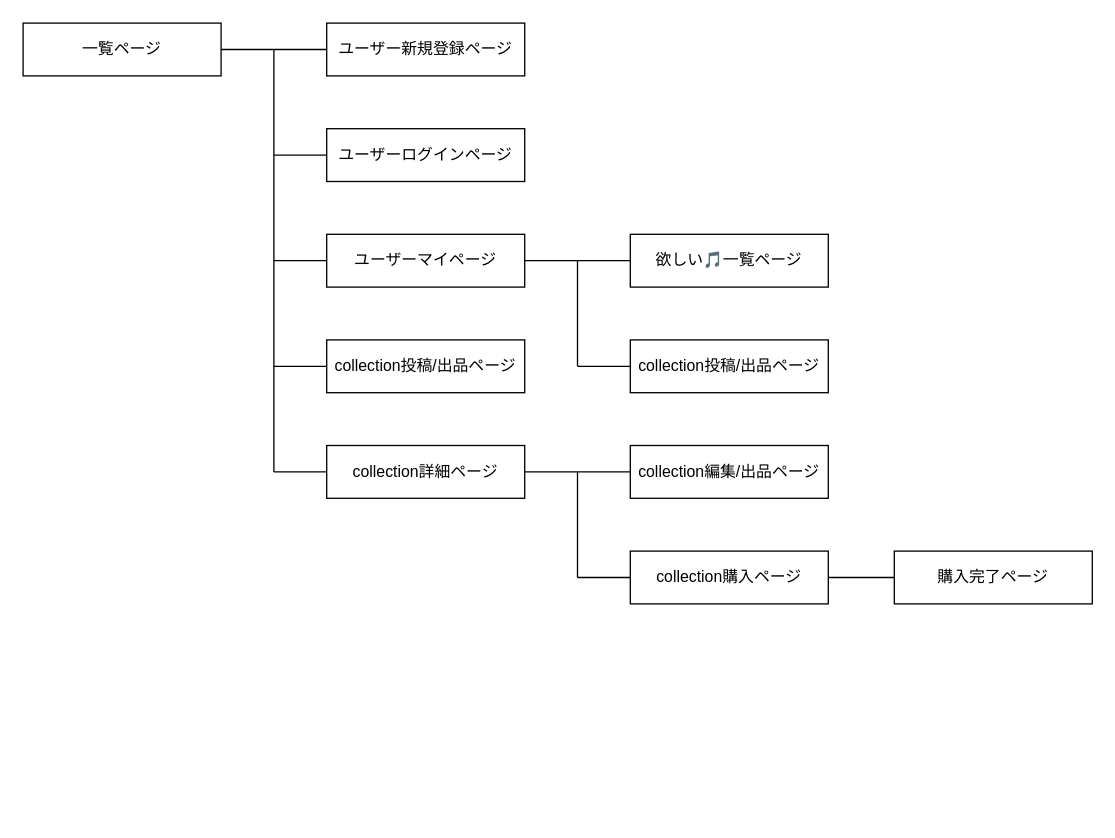
The draw.io diagram screen_transition_diagram.dio in mimimiguchi/collection_of_record_junkies, before the edit. Source tidied: cells renumbered, new cells numbered last; positions are measured from the earlier drawing's top-left corner, leaving out a move shared by most shapes. Both pictures are drawn from the tidied source at 132%, with x=0, y=0 at pixel (22, 22).
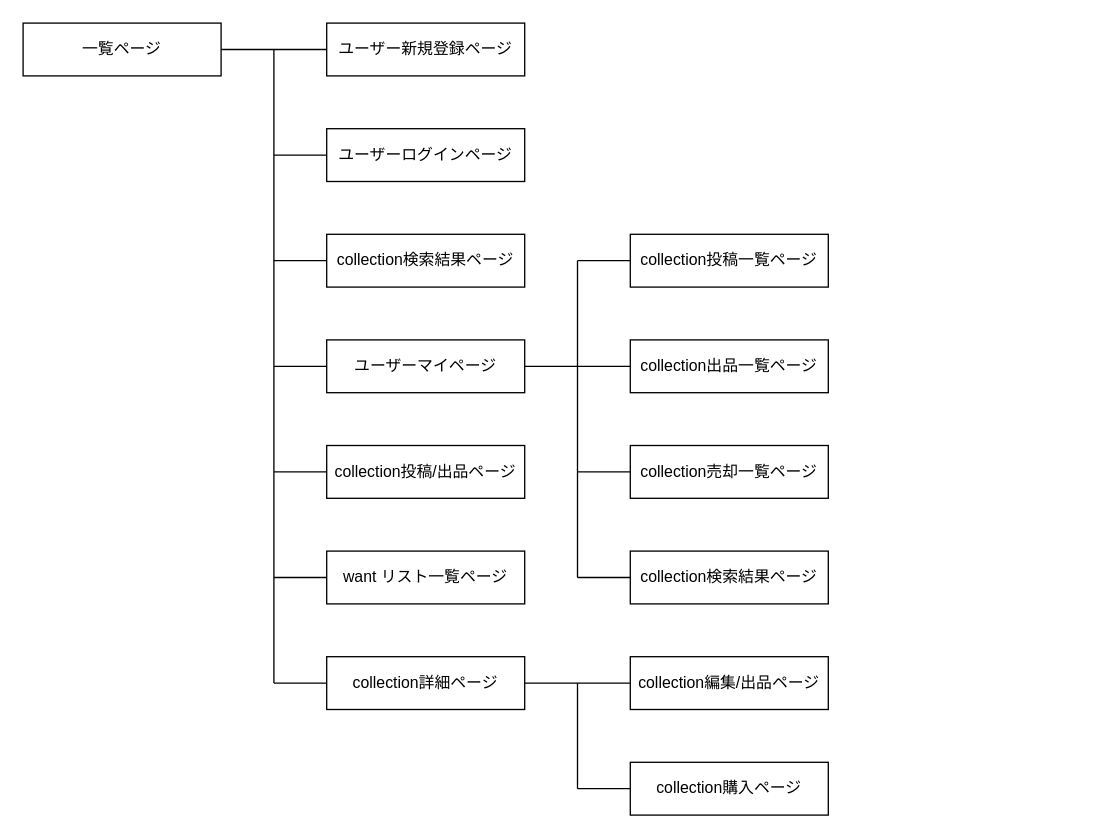
The same page after the edit.

Commit message:
画面遷移図の修正

Diff of the diagram source:
```diff
@@
     <mxCell id="7" style="edgeStyle=none;html=1;exitX=0;exitY=0.5;exitDx=0;exitDy=0;endArrow=none;endFill=0;" parent="1" edge="1" source="9">
       <mxGeometry relative="1" as="geometry">
-        <mxPoint x="190" y="180" as="targetPoint" />
+        <mxPoint x="190" y="260" as="targetPoint" />
       </mxGeometry>
     </mxCell>
@@
     <mxCell id="9" value="ユーザーマイページ" style="whiteSpace=wrap;html=1;align=center;" parent="1" vertex="1">
-      <mxGeometry x="230" y="160" width="150" height="40" as="geometry" />
+      <mxGeometry x="230" y="240" width="150" height="40" as="geometry" />
     </mxCell>
     <mxCell id="10" style="edgeStyle=none;html=1;exitX=0;exitY=0.5;exitDx=0;exitDy=0;endArrow=none;endFill=0;" parent="1" edge="1" source="11">
       <mxGeometry relative="1" as="geometry">
-        <mxPoint x="190" y="260" as="targetPoint" />
+        <mxPoint x="190" y="340" as="targetPoint" />
       </mxGeometry>
     </mxCell>
     <mxCell id="11" value="collection投稿/出品ページ" style="whiteSpace=wrap;html=1;align=center;" parent="1" vertex="1">
-      <mxGeometry x="230" y="240" width="150" height="40" as="geometry" />
+      <mxGeometry x="230" y="320" width="150" height="40" as="geometry" />
     </mxCell>
     <mxCell id="12" style="edgeStyle=none;html=1;exitX=0;exitY=0.5;exitDx=0;exitDy=0;endArrow=none;endFill=0;" parent="1" edge="1" source="14">
       <mxGeometry relative="1" as="geometry">
-        <mxPoint x="190" y="340" as="targetPoint" />
+        <mxPoint x="190" y="500" as="targetPoint" />
       </mxGeometry>
     </mxCell>
@@
     <mxCell id="14" value="collection詳細ページ" style="whiteSpace=wrap;html=1;align=center;" parent="1" vertex="1">
-      <mxGeometry x="230" y="320" width="150" height="40" as="geometry" />
+      <mxGeometry x="230" y="480" width="150" height="40" as="geometry" />
     </mxCell>
     <mxCell id="15" style="endArrow=none;html=1;rounded=0;" parent="1" edge="1">
       <mxGeometry relative="1" as="geometry">
         <mxPoint x="190" y="20" as="sourcePoint" />
-        <mxPoint x="190" y="340" as="targetPoint" />
+        <mxPoint x="190" y="500" as="targetPoint" />
       </mxGeometry>
     </mxCell>
-    <mxCell id="16" value="欲しい🎵一覧ページ" style="whiteSpace=wrap;html=1;align=center;" parent="1" vertex="1">
-      <mxGeometry x="460" y="160" width="150" height="40" as="geometry" />
+    <mxCell id="16" value="collection出品一覧ページ" style="whiteSpace=wrap;html=1;align=center;" parent="1" vertex="1">
+      <mxGeometry x="460" y="240" width="150" height="40" as="geometry" />
     </mxCell>
     <mxCell id="17" style="edgeStyle=none;html=1;exitX=0;exitY=0.5;exitDx=0;exitDy=0;endArrow=none;endFill=0;" parent="1" edge="1" source="18">
       <mxGeometry relative="1" as="geometry">
-        <mxPoint x="420" y="260" as="targetPoint" />
+        <mxPoint x="420" y="340" as="targetPoint" />
       </mxGeometry>
     </mxCell>
-    <mxCell id="18" value="collection投稿/出品ページ" style="whiteSpace=wrap;html=1;align=center;" parent="1" vertex="1">
-      <mxGeometry x="460" y="240" width="150" height="40" as="geometry" />
+    <mxCell id="18" value="collection売却一覧ページ" style="whiteSpace=wrap;html=1;align=center;" parent="1" vertex="1">
+      <mxGeometry x="460" y="320" width="150" height="40" as="geometry" />
     </mxCell>
     <mxCell id="19" style="endArrow=none;html=1;rounded=0;" parent="1" edge="1">
       <mxGeometry relative="1" as="geometry">
-        <mxPoint x="420" y="180" as="sourcePoint" />
-        <mxPoint x="420" y="260" as="targetPoint" />
+        <mxPoint x="420" y="260" as="sourcePoint" />
+        <mxPoint x="420" y="420" as="targetPoint" />
       </mxGeometry>
     </mxCell>
     <mxCell id="20" value="collection編集/出品ページ" style="whiteSpace=wrap;html=1;align=center;" parent="1" vertex="1">
-      <mxGeometry x="460" y="320" width="150" height="40" as="geometry" />
+      <mxGeometry x="460" y="480" width="150" height="40" as="geometry" />
     </mxCell>
     <mxCell id="21" style="edgeStyle=none;html=1;exitX=0;exitY=0.5;exitDx=0;exitDy=0;endArrow=none;endFill=0;" parent="1" edge="1" source="22">
       <mxGeometry relative="1" as="geometry">
-        <mxPoint x="420" y="420" as="targetPoint" />
+        <mxPoint x="420" y="580" as="targetPoint" />
       </mxGeometry>
     </mxCell>
     <mxCell id="22" value="collection購入ページ" style="whiteSpace=wrap;html=1;align=center;" parent="1" vertex="1">
-      <mxGeometry x="460" y="400" width="150" height="40" as="geometry" />
+      <mxGeometry x="460" y="560" width="150" height="40" as="geometry" />
     </mxCell>
     <mxCell id="23" style="endArrow=none;html=1;rounded=0;" parent="1" edge="1">
       <mxGeometry relative="1" as="geometry">
-        <mxPoint x="420" y="340" as="sourcePoint" />
-        <mxPoint x="420" y="420" as="targetPoint" />
+        <mxPoint x="420" y="500" as="sourcePoint" />
+        <mxPoint x="420" y="580" as="targetPoint" />
       </mxGeometry>
     </mxCell>
-    <mxCell id="24" style="edgeStyle=none;html=1;exitX=0;exitY=0.5;exitDx=0;exitDy=0;entryX=1;entryY=0.5;entryDx=0;entryDy=0;endArrow=none;endFill=0;" parent="1" edge="1" source="25" target="22">
-      <mxGeometry relative="1" as="geometry" />
-    </mxCell>
-    <mxCell id="25" value="購入完了ページ" style="whiteSpace=wrap;html=1;align=center;" parent="1" vertex="1">
-      <mxGeometry x="660" y="400" width="150" height="40" as="geometry" />
-    </mxCell>
+    <mxCell id="26" style="edgeStyle=none;html=1;exitX=0;exitY=0.5;exitDx=0;exitDy=0;endArrow=none;endFill=0;" parent="1" edge="1" source="27">
+      <mxGeometry relative="1" as="geometry">
+        <mxPoint x="190" y="420" as="targetPoint" />
+      </mxGeometry>
+    </mxCell>
+    <mxCell id="27" value="want リスト一覧ページ" style="whiteSpace=wrap;html=1;align=center;" parent="1" vertex="1">
+      <mxGeometry x="230" y="400" width="150" height="40" as="geometry" />
+    </mxCell>
+    <mxCell id="28" style="endArrow=none;html=1;rounded=0;" parent="1" edge="1">
+      <mxGeometry relative="1" as="geometry">
+        <mxPoint x="420" y="180" as="sourcePoint" />
+        <mxPoint x="420" y="260" as="targetPoint" />
+      </mxGeometry>
+    </mxCell>
+    <mxCell id="29" style="edgeStyle=none;html=1;exitX=0;exitY=0.5;exitDx=0;exitDy=0;endArrow=none;endFill=0;" parent="1" edge="1" source="30">
+      <mxGeometry relative="1" as="geometry">
+        <mxPoint x="420" y="180" as="targetPoint" />
+      </mxGeometry>
+    </mxCell>
+    <mxCell id="30" value="collection投稿一覧ページ" style="whiteSpace=wrap;html=1;align=center;" parent="1" vertex="1">
+      <mxGeometry x="460" y="160" width="150" height="40" as="geometry" />
+    </mxCell>
+    <mxCell id="31" value="collection検索結果ページ" style="whiteSpace=wrap;html=1;align=center;" parent="1" vertex="1">
+      <mxGeometry x="230" y="160" width="150" height="40" as="geometry" />
+    </mxCell>
+    <mxCell id="32" style="edgeStyle=none;html=1;exitX=0;exitY=0.5;exitDx=0;exitDy=0;endArrow=none;endFill=0;" parent="1" edge="1" source="31">
+      <mxGeometry relative="1" as="geometry">
+        <mxPoint x="190" y="180" as="targetPoint" />
+      </mxGeometry>
+    </mxCell>
+    <mxCell id="33" style="edgeStyle=none;html=1;exitX=0;exitY=0.5;exitDx=0;exitDy=0;endArrow=none;endFill=0;" parent="1" edge="1" source="34">
+      <mxGeometry relative="1" as="geometry">
+        <mxPoint x="420" y="420" as="targetPoint" />
+      </mxGeometry>
+    </mxCell>
+    <mxCell id="34" value="collection検索結果ページ" style="whiteSpace=wrap;html=1;align=center;" parent="1" vertex="1">
+      <mxGeometry x="460" y="400" width="150" height="40" as="geometry" />
+    </mxCell>
```
